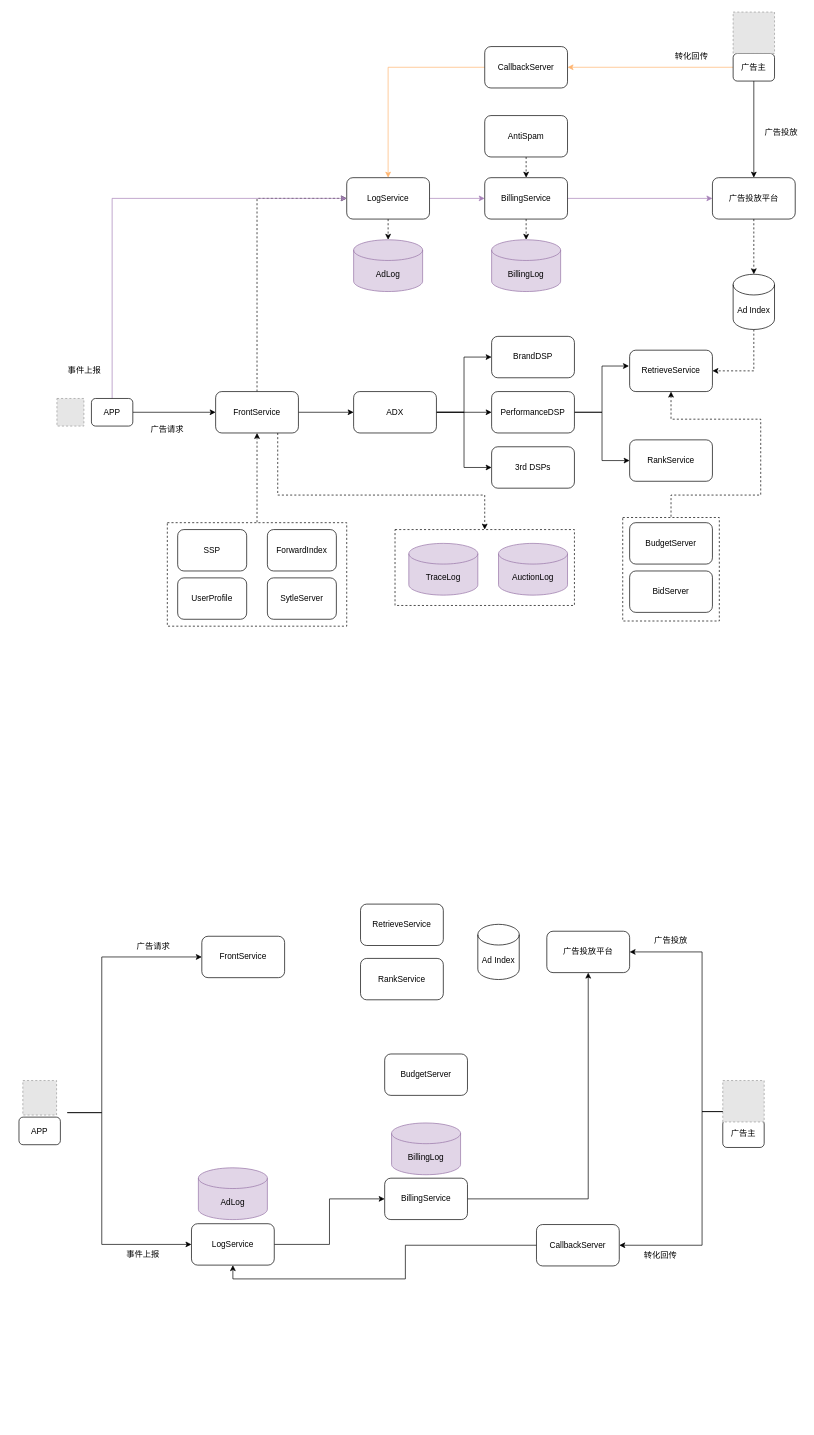
ZiqingYip/moment keeps this draw.io diagram as ad_system_lite.drawio. Above is the earlier version. Source tidied: cells renumbered, new cells numbered last; positions are measured from the earlier drawing's top-left corner, leaving out a move shared by most shapes. Both pictures are drawn from the tidied source at 69%, with x=0, y=0 at pixel (12, 12). Pictures stored in the file or linked from it are replaced by grey dashed boxes.
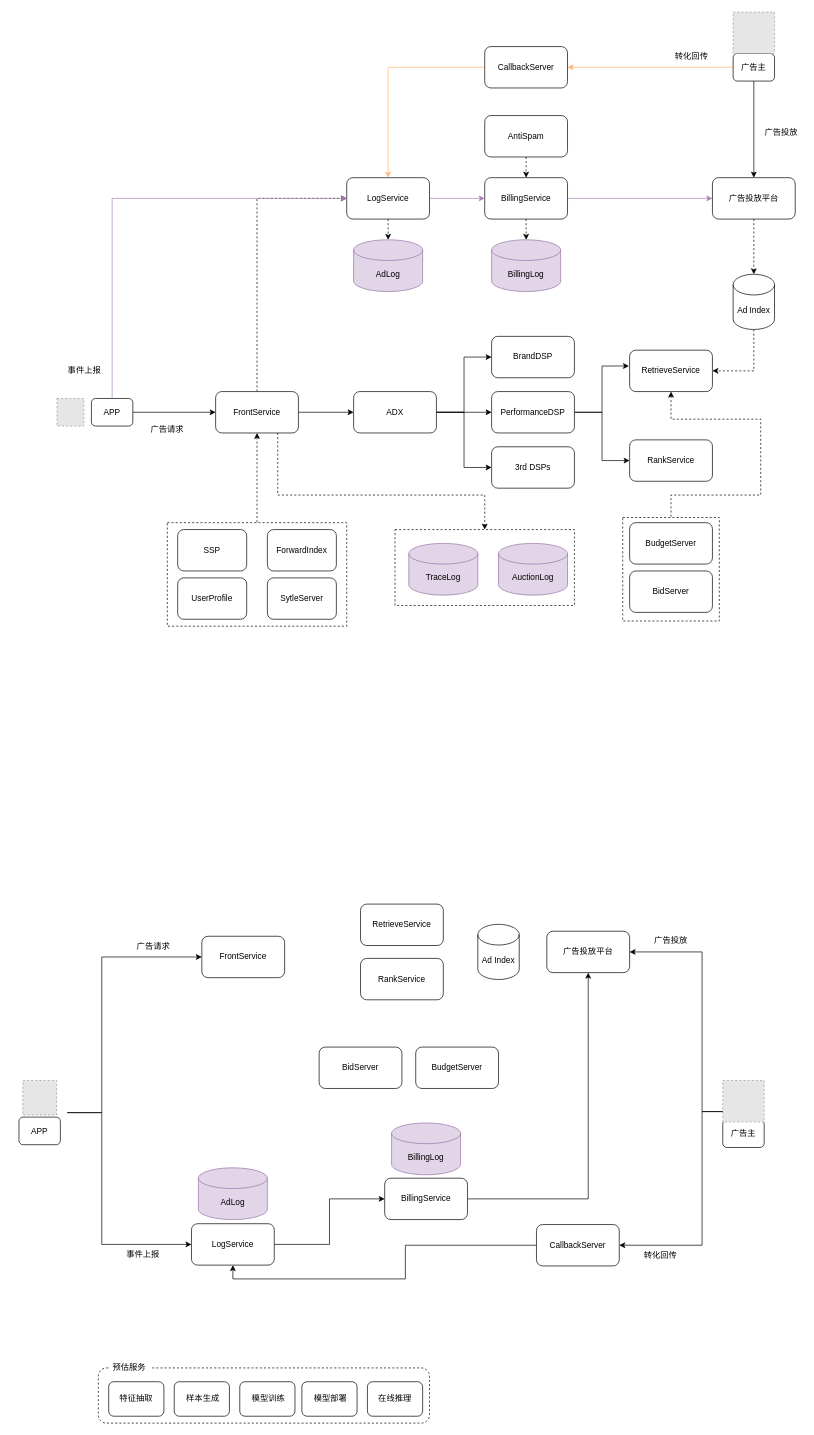
The same page after the edit.

Diff of the diagram source:
```diff
@@
     <mxCell id="83" value="BudgetServer" style="rounded=1;whiteSpace=wrap;html=1;" parent="1" vertex="1">
-      <mxGeometry x="540" y="1510" width="120" height="60" as="geometry" />
+      <mxGeometry x="585" y="1500" width="120" height="60" as="geometry" />
     </mxCell>
@@
+    <mxCell id="87" value="BidServer" style="rounded=1;whiteSpace=wrap;html=1;" parent="1" vertex="1">
+      <mxGeometry x="445" y="1500" width="120" height="60" as="geometry" />
+    </mxCell>
+    <mxCell id="88" style="group;" parent="1" vertex="1">
+      <mxGeometry x="125" y="1955" width="480" height="90" as="geometry" />
+    </mxCell>
+    <mxCell id="89" style="rounded=1;whiteSpace=wrap;html=1;fillColor=none;dashed=1;" parent="88" vertex="1">
+      <mxGeometry y="10" width="480" height="80" as="geometry" />
+    </mxCell>
+    <mxCell id="90" value="特征抽取" style="rounded=1;whiteSpace=wrap;html=1;flipH=0;flipV=1;" parent="88" vertex="1">
+      <mxGeometry x="15" y="30" width="80" height="50" as="geometry" />
+    </mxCell>
+    <mxCell id="91" value="&amp;nbsp;样本生成" style="rounded=1;whiteSpace=wrap;html=1;flipH=0;flipV=1;" parent="88" vertex="1">
+      <mxGeometry x="110" y="30" width="80" height="50" as="geometry" />
+    </mxCell>
+    <mxCell id="92" value="&amp;nbsp;模型训练" style="rounded=1;whiteSpace=wrap;html=1;flipH=0;flipV=1;" parent="88" vertex="1">
+      <mxGeometry x="205" y="30" width="80" height="50" as="geometry" />
+    </mxCell>
+    <mxCell id="93" value="预估服务" style="text;html=1;strokeColor=none;fillColor=default;align=center;verticalAlign=middle;whiteSpace=wrap;rounded=0;dashed=1;" parent="88" vertex="1">
+      <mxGeometry x="15" width="60" height="20" as="geometry" />
+    </mxCell>
+    <mxCell id="94" value="&amp;nbsp;模型部署" style="rounded=1;whiteSpace=wrap;html=1;flipH=0;flipV=1;" parent="88" vertex="1">
+      <mxGeometry x="295" y="30" width="80" height="50" as="geometry" />
+    </mxCell>
+    <mxCell id="95" value="在线推理" style="rounded=1;whiteSpace=wrap;html=1;flipH=0;flipV=1;" parent="88" vertex="1">
+      <mxGeometry x="390" y="30" width="80" height="50" as="geometry" />
+    </mxCell>
```
